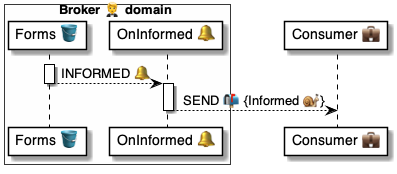
Before: 4 ⚙️ Solution/20 🧑‍🦰 UI/Brokers 🤵/🤵🪣 Broker tables/Forms 📝 table/🪣🧱 1 Informed 🔔/🤵 OnFormInformed ⚙️ uml.png, a diagram exported from PlantUML (pollyweb-org/pollyweb-docs). Its source is kept beside it as 4 ⚙️ Solution/20 🧑‍🦰 UI/Brokers 🤵/🤵🪣 Broker tables/Forms 📝 table/🪣🧱 1 Informed 🔔/🤵 OnFormInformed ⚙️ uml.puml.
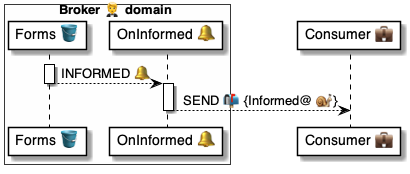
After the change.

Diff of the diagram source:
```diff
@@ -12,7 +12,7 @@
 deactivate table
 
 activate handler
-    handler --> consumer: SEND 📬 {Informed 🐌}
+    handler --> consumer: SEND 📬 {Informed@ 🐌}
 deactivate handler
 
 
```
